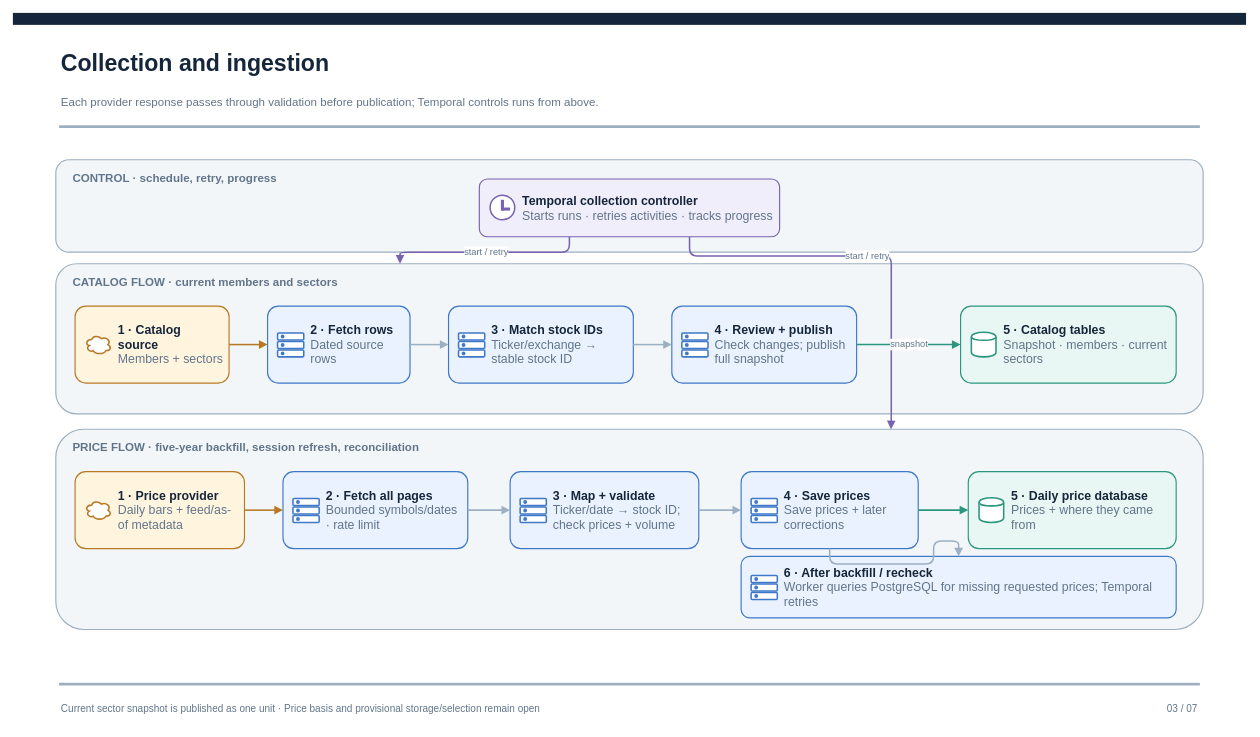
This is page "03 · Collection" (3 of 7) of knowledge-base/diagrams/market-eagle-architecture.drawio from maorts14/market-eagle, a draw.io file, before an edit. Source tidied: cells renumbered, new cells numbered last; positions are measured from the earlier drawing's top-left corner, leaving out a move shared by most shapes. Both pictures are drawn from the tidied source at 77%, with x=0, y=0 at pixel (13, 13).
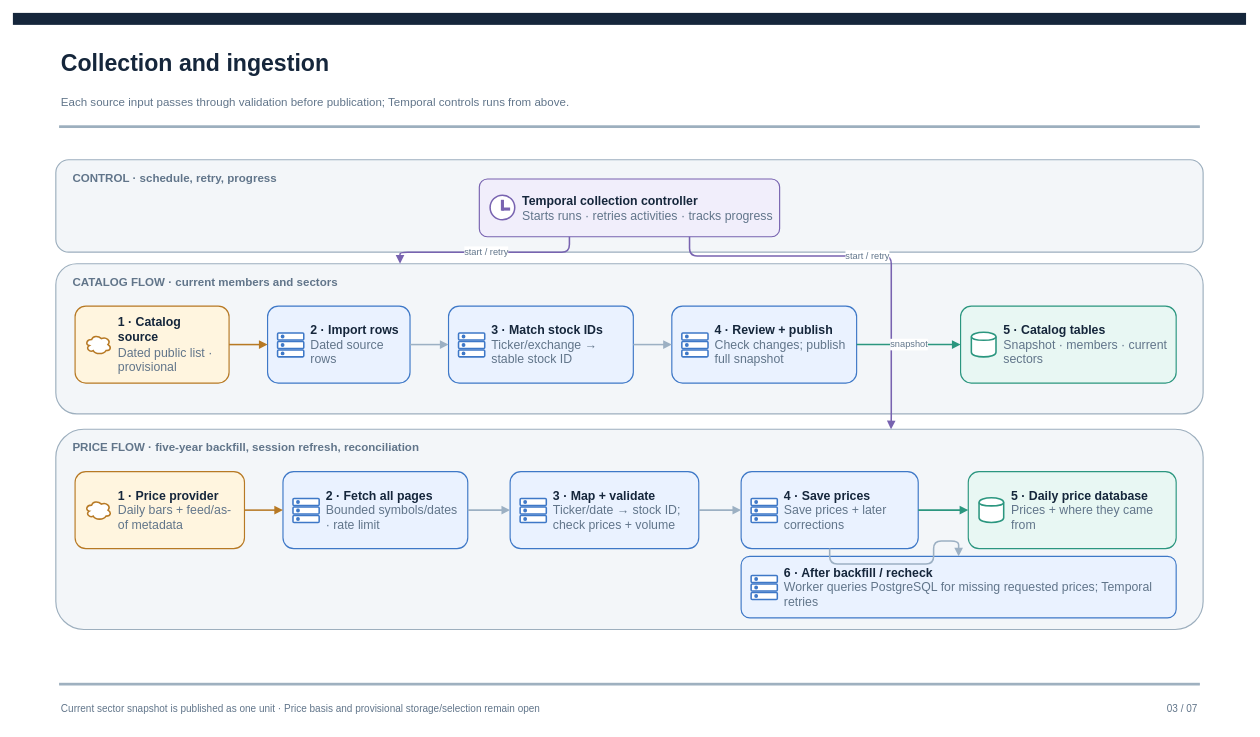
The same page after the edit.

Diff of the diagram source:
```diff
@@
-    <mxCell id="4" value="Each provider response passes through validation before publication; Temporal controls runs from above." style="text;html=1;whiteSpace=wrap;strokeColor=none;fillColor=none;fontFamily=Arial;fontSize=15;fontColor=#61758A;fontStyle=0;align=left;verticalAlign=middle;" parent="1" vertex="1">
+    <mxCell id="4" value="Each source input passes through validation before publication; Temporal controls runs from above." style="text;html=1;whiteSpace=wrap;strokeColor=none;fillColor=none;fontFamily=Arial;fontSize=15;fontColor=#61758A;fontStyle=0;align=left;verticalAlign=middle;" parent="1" vertex="1">
       <mxGeometry x="60" y="94" width="1460" height="42" as="geometry" />
     </mxCell>
@@
-    <mxCell id="19" value="&lt;b&gt;1 · Catalog source&lt;/b&gt;&lt;br&gt;&lt;font color='#61758A'&gt;Members + sectors&lt;/font&gt;" style="text;html=1;whiteSpace=wrap;strokeColor=none;fillColor=none;fontFamily=Arial;fontSize=16;fontColor=#15263B;align=left;verticalAlign=middle;spacing=0;" parent="1" vertex="1">
+    <mxCell id="19" value="&lt;b&gt;1 · Catalog source&lt;/b&gt;&lt;br&gt;&lt;font color='#61758A'&gt;Dated public list · provisional&lt;/font&gt;" style="text;html=1;whiteSpace=wrap;strokeColor=none;fillColor=none;fontFamily=Arial;fontSize=16;fontColor=#15263B;align=left;verticalAlign=middle;spacing=0;" parent="1" vertex="1">
       <mxGeometry x="136" y="386" width="136" height="88" as="geometry" />
     </mxCell>
@@
-    <mxCell id="27" value="&lt;b&gt;2 · Fetch rows&lt;/b&gt;&lt;br&gt;&lt;font color='#61758A'&gt;Dated source rows&lt;/font&gt;" style="text;html=1;whiteSpace=wrap;strokeColor=none;fillColor=none;fontFamily=Arial;fontSize=16;fontColor=#15263B;align=left;verticalAlign=middle;spacing=0;" parent="1" vertex="1">
+    <mxCell id="27" value="&lt;b&gt;2 · Import rows&lt;/b&gt;&lt;br&gt;&lt;font color='#61758A'&gt;Dated source rows&lt;/font&gt;" style="text;html=1;whiteSpace=wrap;strokeColor=none;fillColor=none;fontFamily=Arial;fontSize=16;fontColor=#15263B;align=left;verticalAlign=middle;spacing=0;" parent="1" vertex="1">
       <mxGeometry x="386" y="386" width="121" height="88" as="geometry" />
     </mxCell>
```
